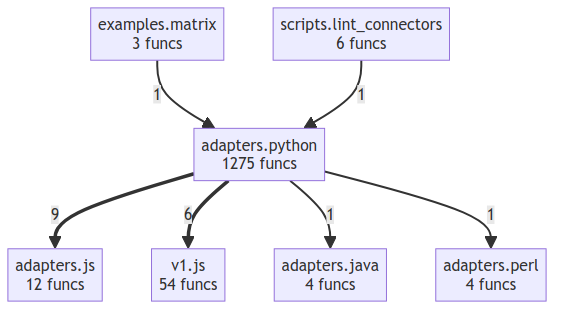
Earlier version of the Mermaid export project/compact_flow.png (tellmesh/urirun). Its source is kept beside it as project/compact_flow.mmd. The source it was exported from:
```mermaid
flowchart TD
    adapters__java["adapters.java<br/>4 funcs"]
    adapters__js["adapters.js<br/>12 funcs"]
    adapters__perl["adapters.perl<br/>4 funcs"]
    adapters__python["adapters.python<br/>1275 funcs"]
    examples__matrix["examples.matrix<br/>3 funcs"]
    scripts__lint_connectors["scripts.lint_connectors<br/>6 funcs"]
    v1__js["v1.js<br/>54 funcs"]
    adapters__python ==>|9| adapters__js
    adapters__python ==>|6| v1__js
    examples__matrix -->|1| adapters__python
    scripts__lint_connectors -->|1| adapters__python
    adapters__python -->|1| adapters__java
    adapters__python -->|1| adapters__perl
```
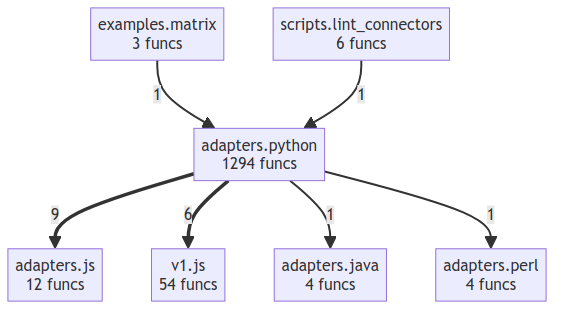
The same diagram one commit later.

The edit, as a diff of the source:
```diff
@@ -2,7 +2,7 @@
     adapters__java["adapters.java<br/>4 funcs"]
     adapters__js["adapters.js<br/>12 funcs"]
     adapters__perl["adapters.perl<br/>4 funcs"]
-    adapters__python["adapters.python<br/>1275 funcs"]
+    adapters__python["adapters.python<br/>1294 funcs"]
     examples__matrix["examples.matrix<br/>3 funcs"]
     scripts__lint_connectors["scripts.lint_connectors<br/>6 funcs"]
     v1__js["v1.js<br/>54 funcs"]
```
